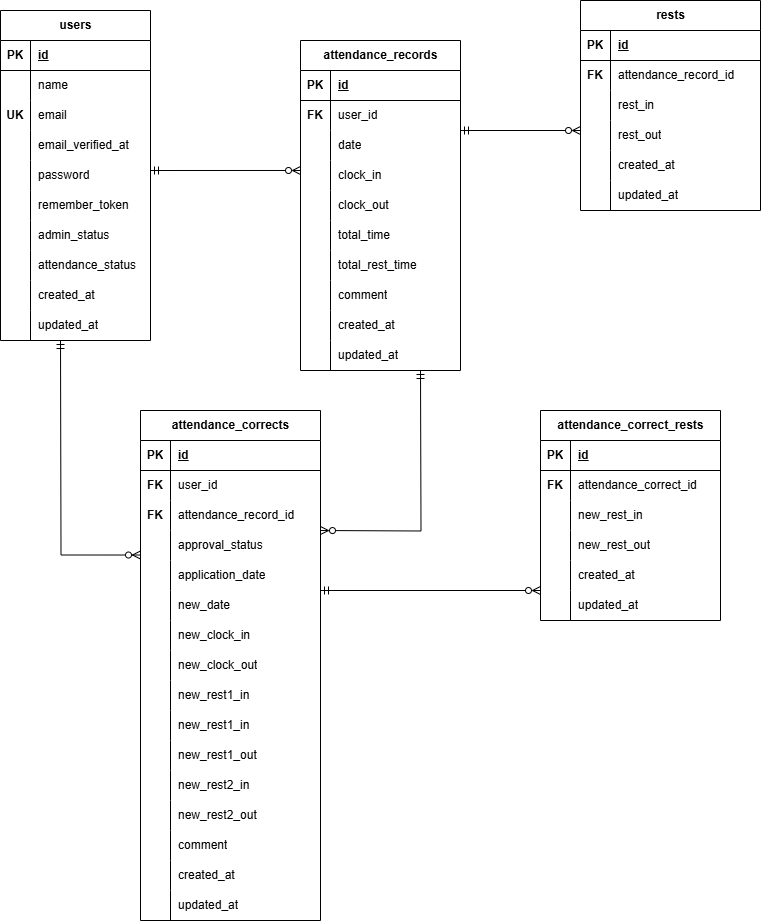
Above: er_diagram.drawio.png in renayashiki/mogi-kintai (draw.io), before the change. Source tidied: cells renumbered, new cells last; positions are measured from the earlier drawing's top-left corner, leaving out a move shared by most shapes.
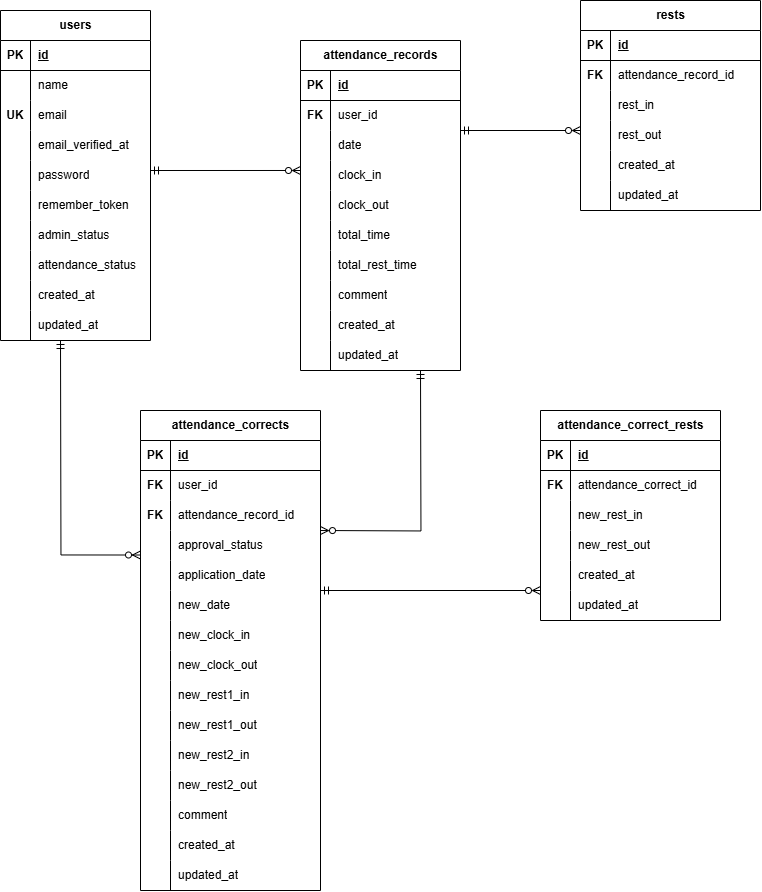
After the change.

What changed in the source:
```diff
@@ -246,7 +246,7 @@
       <mxGeometry x="30" width="150" height="30" as="geometry" />
     </mxCell>
     <mxCell id="83" value="attendance_corrects" style="shape=table;startSize=30;rowLines=0;fontStyle=1;align=center;html=1;" parent="1" vertex="1">
-      <mxGeometry x="140" y="410" width="180" height="510" as="geometry" />
+      <mxGeometry x="140" y="410" width="180" height="480" as="geometry" />
     </mxCell>
     <mxCell id="84" style="shape=tableRow;horizontal=0;startSize=0;swimlaneHead=0;swimlaneBody=0;fillColor=none;top=0;left=0;right=0;bottom=1;" parent="83" vertex="1">
       <mxGeometry y="30" width="180" height="30" as="geometry" />
@@ -329,17 +329,8 @@
     <mxCell id="110" value="new_rest1_in" style="shape=partialRectangle;fillColor=none;top=0;left=0;bottom=0;right=0;align=left;spacingLeft=6;overflow=hidden;whiteSpace=wrap;html=1;" parent="108" vertex="1">
       <mxGeometry x="30" width="150" height="30" as="geometry" />
     </mxCell>
-    <mxCell id="111" style="shape=tableRow;horizontal=0;startSize=0;swimlaneHead=0;swimlaneBody=0;fillColor=none;top=0;left=0;right=0;bottom=0;" parent="83" vertex="1">
-      <mxGeometry y="300" width="180" height="30" as="geometry" />
-    </mxCell>
-    <mxCell id="112" style="shape=partialRectangle;fillColor=none;top=0;left=0;bottom=0;right=0;overflow=hidden;whiteSpace=wrap;html=1;" parent="111" vertex="1">
-      <mxGeometry width="30" height="30" as="geometry" />
-    </mxCell>
-    <mxCell id="113" value="new_rest1_in" style="shape=partialRectangle;fillColor=none;top=0;left=0;bottom=0;right=0;align=left;spacingLeft=6;overflow=hidden;whiteSpace=wrap;html=1;" parent="111" vertex="1">
-      <mxGeometry x="30" width="150" height="30" as="geometry" />
-    </mxCell>
     <mxCell id="114" style="shape=tableRow;horizontal=0;startSize=0;swimlaneHead=0;swimlaneBody=0;fillColor=none;top=0;left=0;right=0;bottom=0;" parent="83" vertex="1">
-      <mxGeometry y="330" width="180" height="30" as="geometry" />
+      <mxGeometry y="300" width="180" height="30" as="geometry" />
     </mxCell>
     <mxCell id="115" style="shape=partialRectangle;fillColor=none;top=0;left=0;bottom=0;right=0;overflow=hidden;whiteSpace=wrap;html=1;" parent="114" vertex="1">
       <mxGeometry width="30" height="30" as="geometry" />
@@ -348,7 +339,7 @@
       <mxGeometry x="30" width="150" height="30" as="geometry" />
     </mxCell>
     <mxCell id="117" style="shape=tableRow;horizontal=0;startSize=0;swimlaneHead=0;swimlaneBody=0;fillColor=none;top=0;left=0;right=0;bottom=0;" parent="83" vertex="1">
-      <mxGeometry y="360" width="180" height="30" as="geometry" />
+      <mxGeometry y="330" width="180" height="30" as="geometry" />
     </mxCell>
     <mxCell id="118" style="shape=partialRectangle;fillColor=none;top=0;left=0;bottom=0;right=0;overflow=hidden;whiteSpace=wrap;html=1;" parent="117" vertex="1">
       <mxGeometry width="30" height="30" as="geometry" />
@@ -357,7 +348,7 @@
       <mxGeometry x="30" width="150" height="30" as="geometry" />
     </mxCell>
     <mxCell id="120" style="shape=tableRow;horizontal=0;startSize=0;swimlaneHead=0;swimlaneBody=0;fillColor=none;top=0;left=0;right=0;bottom=0;" parent="83" vertex="1">
-      <mxGeometry y="390" width="180" height="30" as="geometry" />
+      <mxGeometry y="360" width="180" height="30" as="geometry" />
     </mxCell>
     <mxCell id="121" style="shape=partialRectangle;fillColor=none;top=0;left=0;bottom=0;right=0;overflow=hidden;whiteSpace=wrap;html=1;" parent="120" vertex="1">
       <mxGeometry width="30" height="30" as="geometry" />
@@ -366,7 +357,7 @@
       <mxGeometry x="30" width="150" height="30" as="geometry" />
     </mxCell>
     <mxCell id="123" style="shape=tableRow;horizontal=0;startSize=0;swimlaneHead=0;swimlaneBody=0;fillColor=none;top=0;left=0;right=0;bottom=0;" parent="83" vertex="1">
-      <mxGeometry y="420" width="180" height="30" as="geometry" />
+      <mxGeometry y="390" width="180" height="30" as="geometry" />
     </mxCell>
     <mxCell id="124" style="shape=partialRectangle;fillColor=none;top=0;left=0;bottom=0;right=0;overflow=hidden;whiteSpace=wrap;html=1;" parent="123" vertex="1">
       <mxGeometry width="30" height="30" as="geometry" />
@@ -375,7 +366,7 @@
       <mxGeometry x="30" width="150" height="30" as="geometry" />
     </mxCell>
     <mxCell id="126" style="shape=tableRow;horizontal=0;startSize=0;swimlaneHead=0;swimlaneBody=0;fillColor=none;top=0;left=0;right=0;bottom=0;" parent="83" vertex="1">
-      <mxGeometry y="450" width="180" height="30" as="geometry" />
+      <mxGeometry y="420" width="180" height="30" as="geometry" />
     </mxCell>
     <mxCell id="127" style="shape=partialRectangle;fillColor=none;top=0;left=0;bottom=0;right=0;overflow=hidden;whiteSpace=wrap;html=1;" parent="126" vertex="1">
       <mxGeometry width="30" height="30" as="geometry" />
@@ -384,7 +375,7 @@
       <mxGeometry x="30" width="150" height="30" as="geometry" />
     </mxCell>
     <mxCell id="129" style="shape=tableRow;horizontal=0;startSize=0;swimlaneHead=0;swimlaneBody=0;fillColor=none;top=0;left=0;right=0;bottom=0;" parent="83" vertex="1">
-      <mxGeometry y="480" width="180" height="30" as="geometry" />
+      <mxGeometry y="450" width="180" height="30" as="geometry" />
     </mxCell>
     <mxCell id="130" style="shape=partialRectangle;fillColor=none;top=0;left=0;bottom=0;right=0;overflow=hidden;whiteSpace=wrap;html=1;" parent="129" vertex="1">
       <mxGeometry width="30" height="30" as="geometry" />
```
